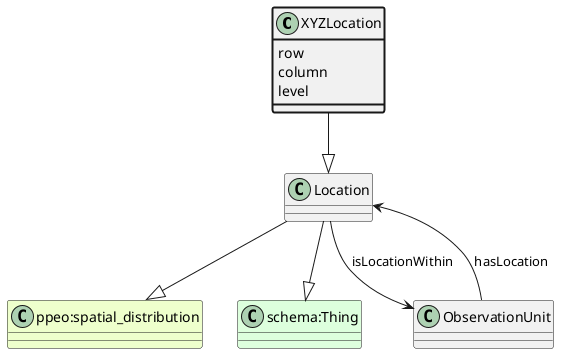
Earlier version of the PlantUML export ttl_uml/ttl_appn_XYZLocation.png (aus-plant-phenomics-network/appn-schema). Source of this version:
```plantuml
@startuml
class XYZLocation  #line.bold
class Location
class "ppeo:spatial_distribution" #EEFFCC
Location --|> "ppeo:spatial_distribution"
class "schema:Thing" #DDFFDD
Location --|> "schema:Thing"
XYZLocation --|> Location
class XYZLocation #line.bold {
    row
}
class XYZLocation #line.bold {
    column
}
class XYZLocation #line.bold {
    level
}
class ObservationUnit
ObservationUnit --> Location : hasLocation
class ObservationUnit
Location --> ObservationUnit : isLocationWithin
@enduml
```
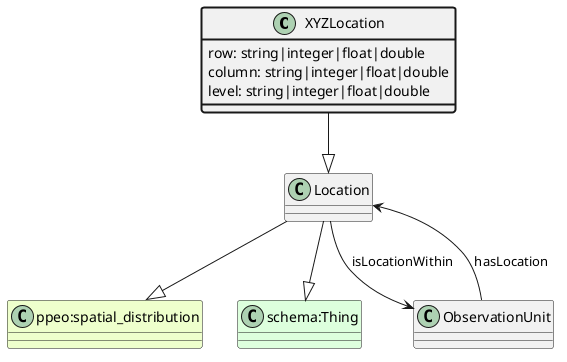
After the change.

The edit, as a diff of the source:
```diff
@@ -7,13 +7,13 @@
 Location --|> "schema:Thing"
 XYZLocation --|> Location
 class XYZLocation #line.bold {
-    row
+    row: string|integer|float|double
 }
 class XYZLocation #line.bold {
-    column
+    column: string|integer|float|double
 }
 class XYZLocation #line.bold {
-    level
+    level: string|integer|float|double
 }
 class ObservationUnit
 ObservationUnit --> Location : hasLocation
```
